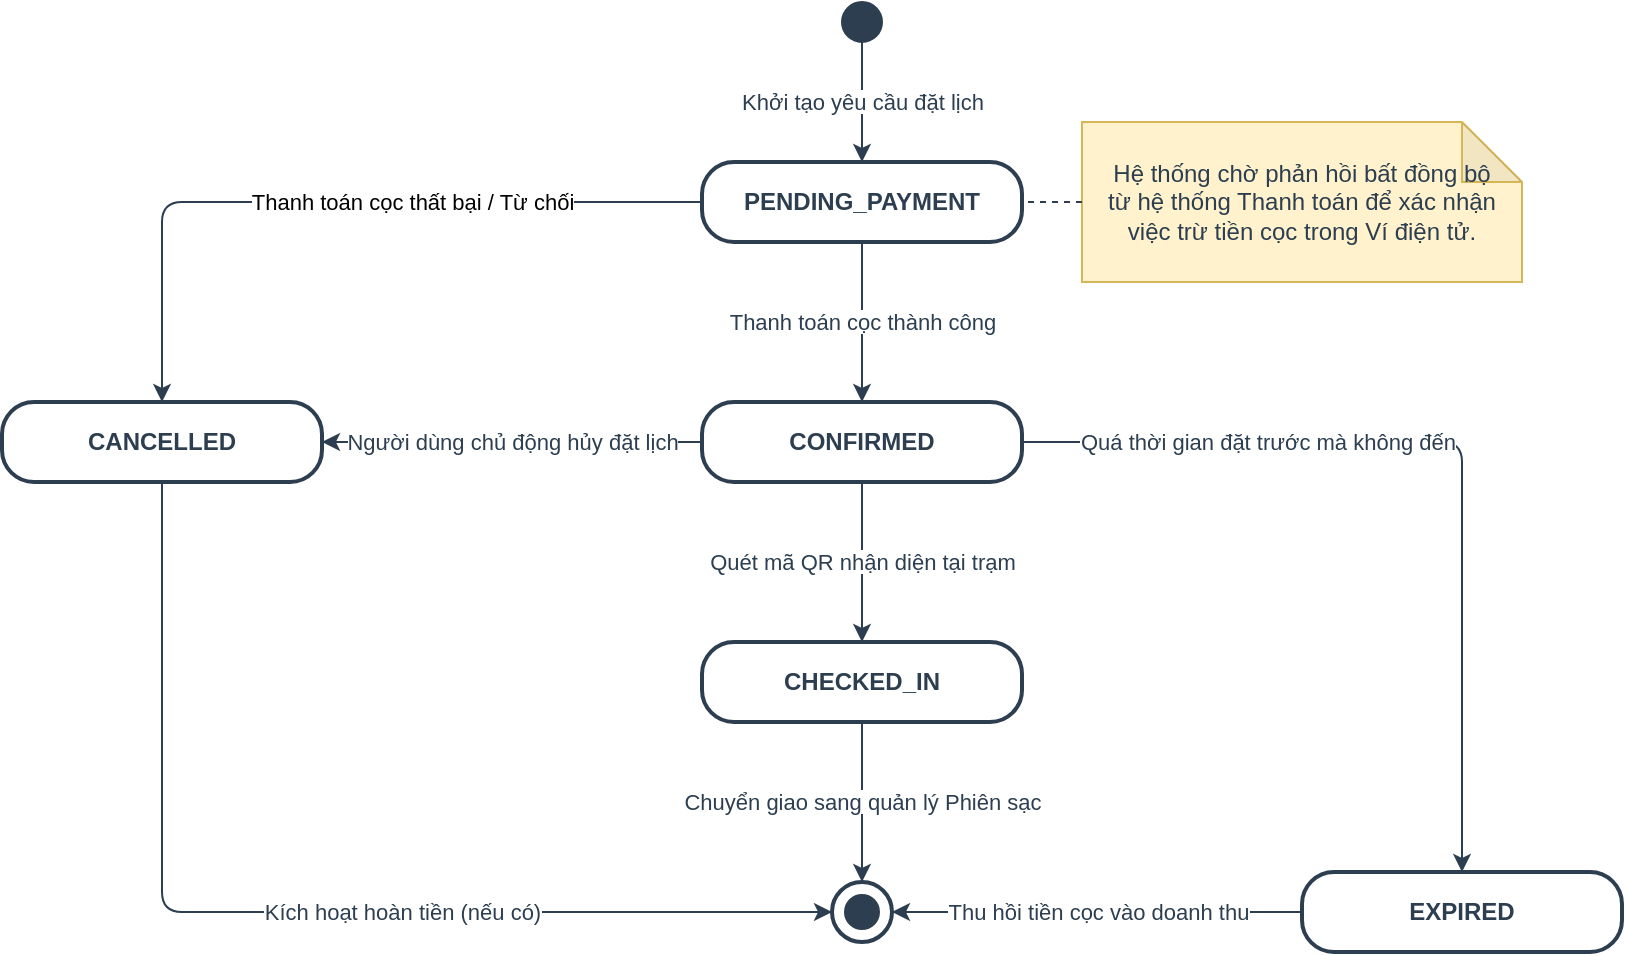
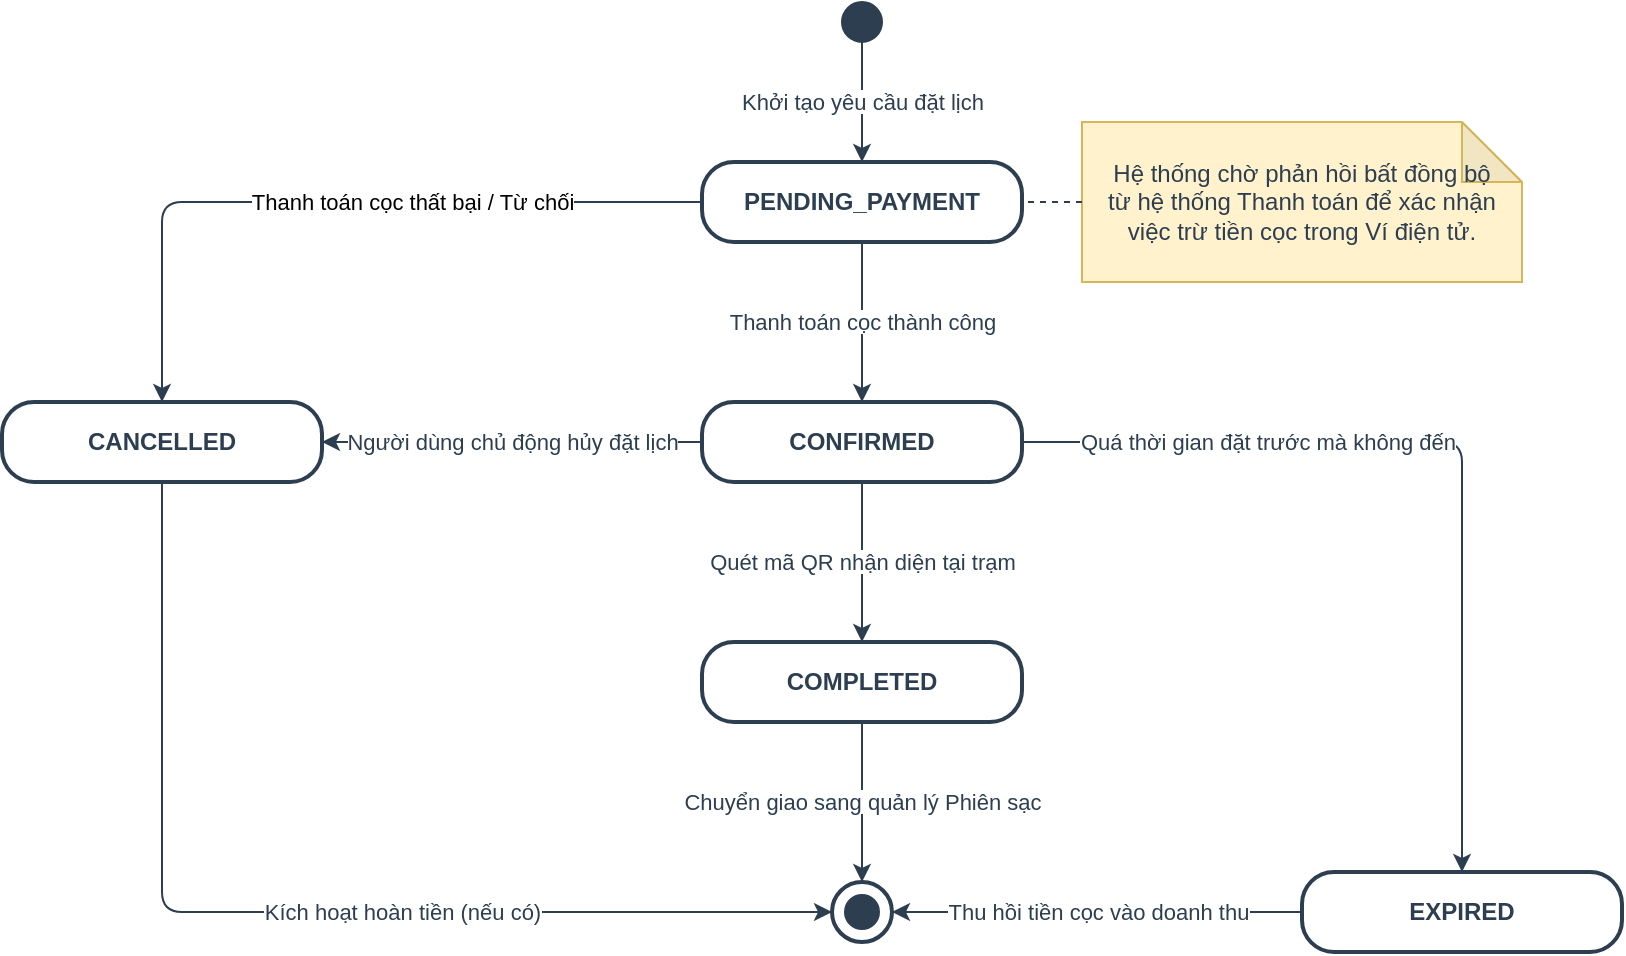
<mxfile host="Electron">
  <diagram name="Page-1" id="44265ceb-3e7e-4893-9bb8-6c9373339274">
    <mxGraphModel dx="2022" dy="775" grid="1" gridSize="10" guides="1" tooltips="1" connect="1" arrows="1" fold="1" page="1" pageScale="1" pageWidth="827" pageHeight="1169" math="0" shadow="0">
      <root>
        <mxCell id="0" />
        <mxCell id="1" parent="0" />
        <mxCell id="n1" parent="1" style="ellipse;whiteSpace=wrap;html=1;aspect=fixed;fillColor=#2C3E50;strokeColor=#2C3E50;" value="" vertex="1">
          <mxGeometry height="20" width="20" x="390" y="40" as="geometry" />
        </mxCell>
        <mxCell id="n2" parent="1" style="rounded=1;whiteSpace=wrap;html=1;arcSize=40;fontStyle=1;strokeWidth=2;fillColor=#ffffff;strokeColor=#2C3E50;fontColor=#2C3E50;" value="PENDING_PAYMENT" vertex="1">
          <mxGeometry height="40" width="160" x="320" y="120" as="geometry" />
        </mxCell>
        <mxCell id="n3" parent="1" style="rounded=1;whiteSpace=wrap;html=1;arcSize=40;fontStyle=1;strokeWidth=2;fillColor=#ffffff;strokeColor=#2C3E50;fontColor=#2C3E50;" value="CONFIRMED" vertex="1">
          <mxGeometry height="40" width="160" x="320" y="240" as="geometry" />
        </mxCell>
-         <mxCell id="n4" parent="1" style="rounded=1;whiteSpace=wrap;html=1;arcSize=40;fontStyle=1;strokeWidth=2;fillColor=#ffffff;strokeColor=#2C3E50;fontColor=#2C3E50;" value="CHECKED_IN" vertex="1">
+         <mxCell id="n4" parent="1" style="rounded=1;whiteSpace=wrap;html=1;arcSize=40;fontStyle=1;strokeWidth=2;fillColor=#ffffff;strokeColor=#2C3E50;fontColor=#2C3E50;" value="COMPLETED" vertex="1">
          <mxGeometry height="40" width="160" x="320" y="360" as="geometry" />
        </mxCell>
        <mxCell id="n5" parent="1" style="rounded=1;whiteSpace=wrap;html=1;arcSize=40;fontStyle=1;strokeWidth=2;fillColor=#ffffff;strokeColor=#2C3E50;fontColor=#2C3E50;" value="CANCELLED" vertex="1">
          <mxGeometry height="40" width="160" x="-30" y="240" as="geometry" />
        </mxCell>
        <mxCell id="n6" parent="1" style="rounded=1;whiteSpace=wrap;html=1;arcSize=40;fontStyle=1;strokeWidth=2;fillColor=#ffffff;strokeColor=#2C3E50;fontColor=#2C3E50;" value="EXPIRED" vertex="1">
          <mxGeometry height="40" width="160" x="620" y="475" as="geometry" />
        </mxCell>
        <mxCell id="n7" parent="1" style="ellipse;whiteSpace=wrap;html=1;aspect=fixed;fillColor=none;strokeColor=#2C3E50;strokeWidth=2;" value="" vertex="1">
          <mxGeometry height="30" width="30" x="385" y="480" as="geometry" />
        </mxCell>
        <mxCell id="n7_inner" parent="n7" style="ellipse;whiteSpace=wrap;html=1;aspect=fixed;fillColor=#2C3E50;strokeColor=none;" value="" vertex="1">
          <mxGeometry height="18" relative="1" width="18" x="0.2" y="0.2" as="geometry" />
        </mxCell>
        <mxCell id="n_note" parent="1" style="shape=note;whiteSpace=wrap;html=1;backgroundOutline=1;darkOpacity=0.05;fillColor=#fff2cc;strokeColor=#d6b656;fontColor=#2C3E50;" value="Hệ thống chờ phản hồi bất đồng bộ&lt;br&gt;từ hệ thống Thanh toán để xác nhận&lt;br&gt;việc trừ tiền cọc trong Ví điện tử." vertex="1">
          <mxGeometry height="80" width="220" x="510" y="100" as="geometry" />
        </mxCell>
        <mxCell id="e_note" edge="1" parent="1" source="n_note" style="edgeStyle=none;rounded=0;orthogonalLoop=1;jettySize=auto;html=1;strokeColor=#2C3E50;dashed=1;endArrow=none;endFill=0;" target="n2" value="">
          <mxGeometry relative="1" as="geometry" />
        </mxCell>
        <mxCell id="e1" edge="1" parent="1" source="n1" style="edgeStyle=orthogonalEdgeStyle;rounded=1;orthogonalLoop=1;jettySize=auto;html=1;strokeColor=#2C3E50;fontColor=#2C3E50;labelBackgroundColor=none;" target="n2" value="&lt;span style=&quot;background-color: light-dark(#ffffff, var(--ge-dark-color, #121212));&quot;&gt;Khởi tạo yêu cầu đặt lịch&lt;/span&gt;">
          <mxGeometry relative="1" as="geometry" />
        </mxCell>
        <mxCell id="e2" edge="1" parent="1" source="n2" style="edgeStyle=orthogonalEdgeStyle;rounded=1;orthogonalLoop=1;jettySize=auto;html=1;strokeColor=#2C3E50;fontColor=#2C3E50;labelBackgroundColor=none;" target="n3" value="&lt;span style=&quot;background-color: light-dark(#ffffff, var(--ge-dark-color, #121212));&quot;&gt;Thanh toán cọc thành công&lt;/span&gt;">
          <mxGeometry relative="1" as="geometry" />
        </mxCell>
        <mxCell id="e3" edge="1" parent="1" source="n2" style="edgeStyle=orthogonalEdgeStyle;rounded=1;orthogonalLoop=1;jettySize=auto;html=1;strokeColor=#2C3E50;fontColor=#2C3E50;labelBackgroundColor=none;align=center;" target="n5" value="&lt;blockquote style=&quot;margin: 0 0 0 40px; border: none; padding: 0px;&quot;&gt;&lt;blockquote style=&quot;margin: 0 0 0 40px; border: none; padding: 0px;&quot;&gt;&lt;font style=&quot;background-color: light-dark(#ffffff, var(--ge-dark-color, #121212)); color: rgb(1, 0, 0);&quot;&gt;Thanh toán cọc thất bại / Từ chối&lt;/font&gt;&lt;/blockquote&gt;&lt;/blockquote&gt;">
          <mxGeometry relative="1" as="geometry" />
        </mxCell>
        <mxCell id="e4" edge="1" parent="1" source="n3" style="edgeStyle=orthogonalEdgeStyle;rounded=1;orthogonalLoop=1;jettySize=auto;html=1;strokeColor=#2C3E50;fontColor=#2C3E50;labelBackgroundColor=none;" target="n4" value="&lt;span style=&quot;background-color: light-dark(#ffffff, var(--ge-dark-color, #121212));&quot;&gt;Quét mã QR nhận diện tại trạm&lt;/span&gt;">
          <mxGeometry relative="1" as="geometry" />
        </mxCell>
        <mxCell id="e5" edge="1" parent="1" source="n3" style="edgeStyle=orthogonalEdgeStyle;rounded=1;orthogonalLoop=1;jettySize=auto;html=1;strokeColor=#2C3E50;fontColor=#2C3E50;labelBackgroundColor=none;" target="n5" value="&lt;span style=&quot;background-color: light-dark(#ffffff, var(--ge-dark-color, #121212));&quot;&gt;Người dùng chủ động hủy đặt lịch&lt;/span&gt;">
          <mxGeometry relative="1" as="geometry" />
        </mxCell>
        <mxCell id="e6" edge="1" parent="1" source="n3" style="edgeStyle=orthogonalEdgeStyle;rounded=1;orthogonalLoop=1;jettySize=auto;html=1;strokeColor=#2C3E50;fontColor=#2C3E50;labelBackgroundColor=none;align=right;entryX=0.5;entryY=0;entryDx=0;entryDy=0;" target="n6" value="&lt;div style=&quot;&quot;&gt;&lt;span style=&quot;background-color: light-dark(#ffffff, var(--ge-dark-color, #121212)); color: light-dark(rgb(44, 62, 80), rgb(173, 188, 204));&quot;&gt;Quá thời gian đặt trước mà không đến&lt;/span&gt;&lt;/div&gt;">
          <mxGeometry relative="1" as="geometry">
            <Array as="points">
              <mxPoint x="700" y="260" />
              <mxPoint x="700" y="475" />
            </Array>
          </mxGeometry>
        </mxCell>
        <mxCell id="e7" edge="1" parent="1" source="n4" style="edgeStyle=orthogonalEdgeStyle;rounded=1;orthogonalLoop=1;jettySize=auto;html=1;strokeColor=#2C3E50;fontColor=#2C3E50;labelBackgroundColor=none;" target="n7" value="&lt;span style=&quot;background-color: light-dark(#ffffff, var(--ge-dark-color, #121212));&quot;&gt;Chuyển giao sang quản lý Phiên sạc&lt;/span&gt;">
          <mxGeometry relative="1" as="geometry" />
        </mxCell>
        <mxCell id="e8" edge="1" parent="1" source="n5" style="edgeStyle=orthogonalEdgeStyle;rounded=1;orthogonalLoop=1;jettySize=auto;html=1;strokeColor=#2C3E50;fontColor=#2C3E50;labelBackgroundColor=none;exitX=0.5;exitY=1;exitDx=0;exitDy=0;" target="n7" value="&lt;blockquote style=&quot;margin: 0 0 0 40px; border: none; padding: 0px;&quot;&gt;&lt;blockquote style=&quot;margin: 0 0 0 40px; border: none; padding: 0px;&quot;&gt;&lt;blockquote style=&quot;margin: 0 0 0 40px; border: none; padding: 0px;&quot;&gt;&lt;span style=&quot;background-color: light-dark(#ffffff, var(--ge-dark-color, #121212));&quot;&gt;Kích hoạt hoàn tiền (nếu có)&lt;/span&gt;&lt;/blockquote&gt;&lt;/blockquote&gt;&lt;/blockquote&gt;">
          <mxGeometry relative="1" as="geometry">
            <Array as="points">
              <mxPoint x="50" y="495" />
            </Array>
          </mxGeometry>
        </mxCell>
        <mxCell id="e9" edge="1" parent="1" source="n6" style="edgeStyle=orthogonalEdgeStyle;rounded=1;orthogonalLoop=1;jettySize=auto;html=1;strokeColor=#2C3E50;fontColor=#2C3E50;labelBackgroundColor=none;" target="n7" value="&lt;span style=&quot;background-color: light-dark(#ffffff, var(--ge-dark-color, #121212));&quot;&gt;Thu hồi tiền cọc vào doanh thu&lt;/span&gt;">
          <mxGeometry relative="1" as="geometry" />
        </mxCell>
      </root>
    </mxGraphModel>
  </diagram>
</mxfile>
